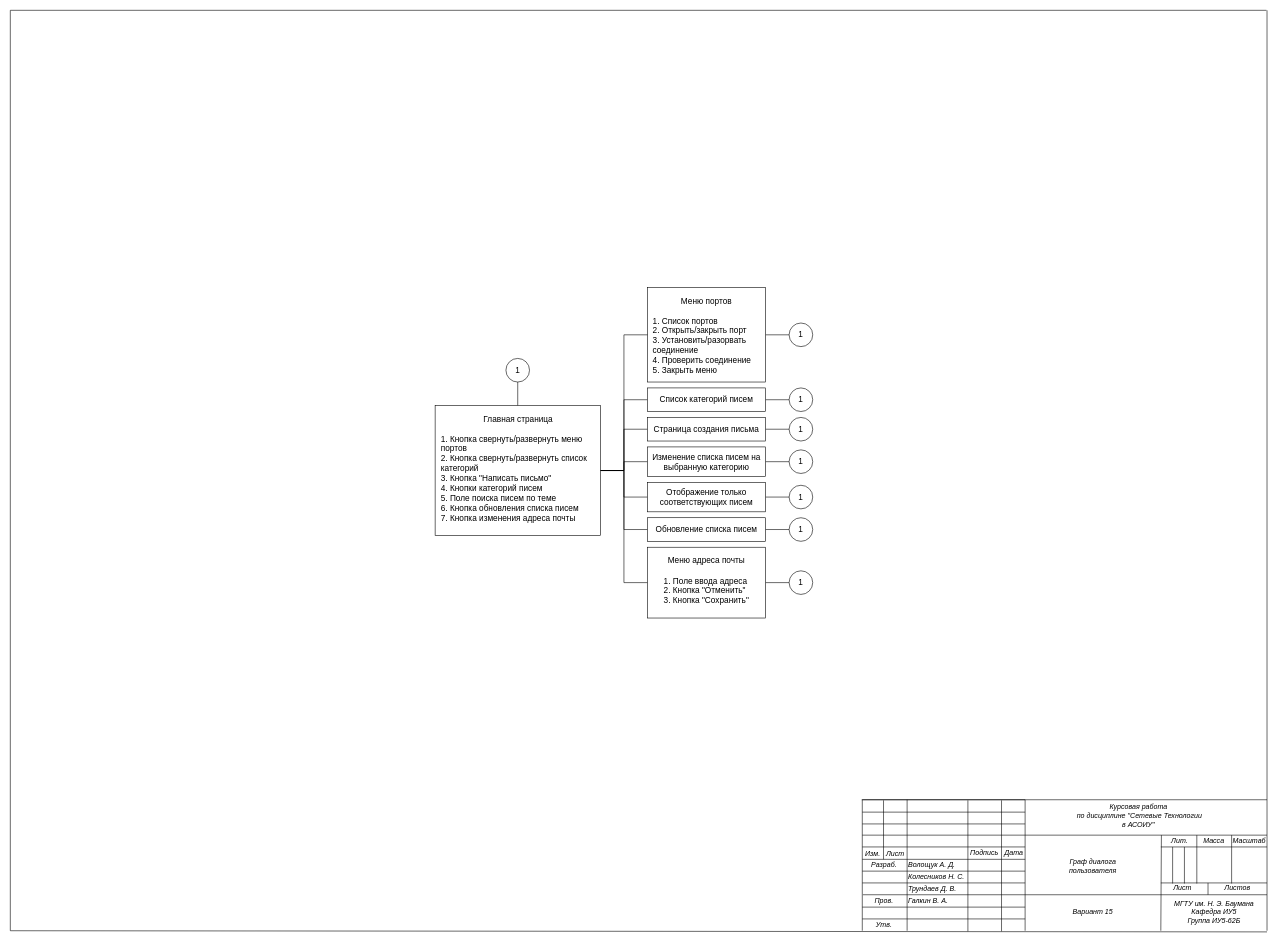
Before: docs/user-dialog.drawio in DeveloperMan313/networks-coursework-backend, a draw.io diagram. Source tidied: cells renumbered, new cells numbered last; positions are measured from the earlier drawing's top-left corner, leaving out a move shared by most shapes. Both pictures are drawn from the tidied source at 59%, with x=0, y=0 at pixel (10, 10).
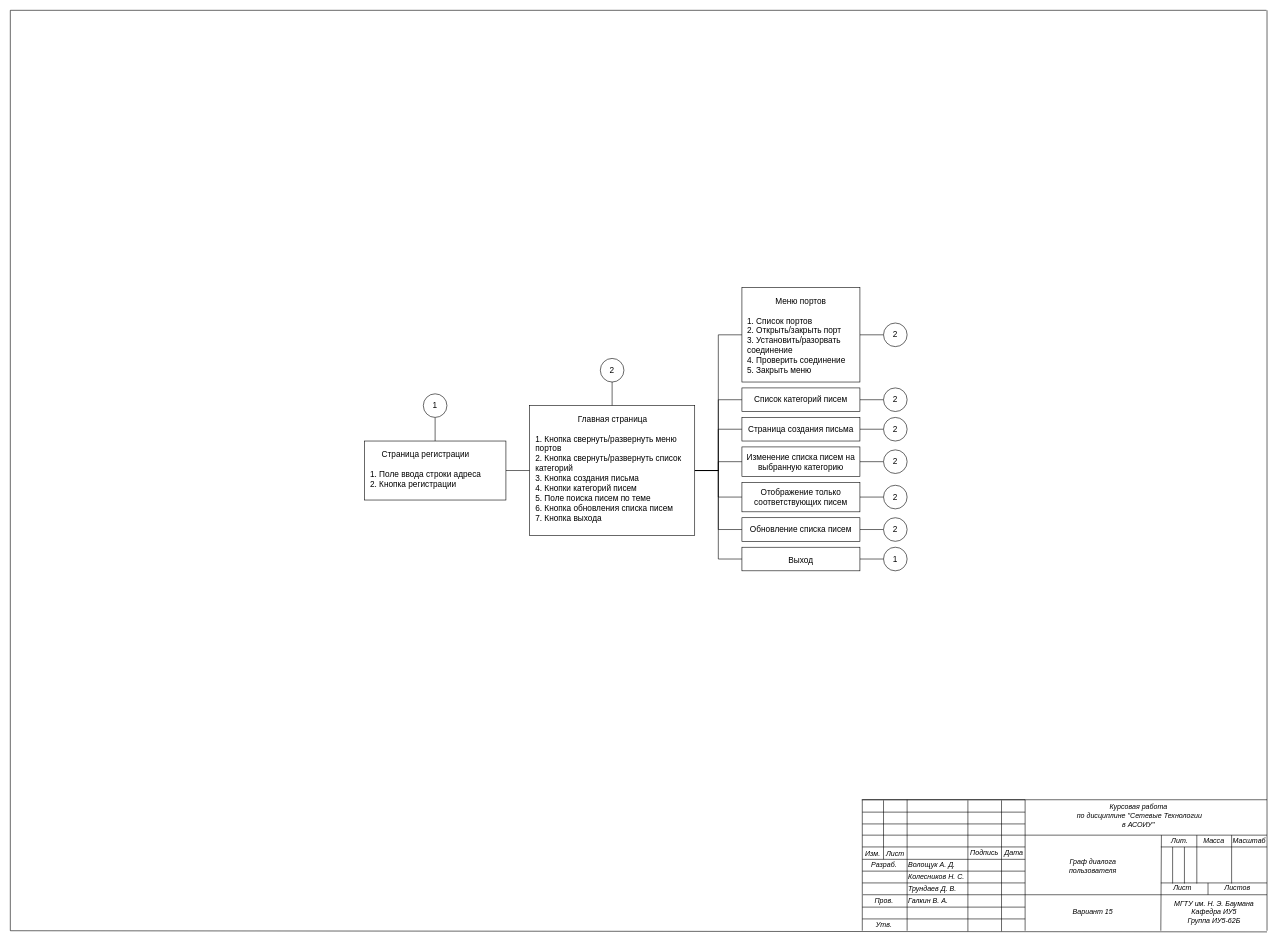
The same page after the edit.

Commit message:
Add register page to user dialog diagram

Diff of the diagram source:
```diff
@@
-    <mxCell id="52" style="group;fontSize=14;" parent="1" vertex="1">
-      <mxGeometry x="720" y="470" width="640" height="560" as="geometry" />
-    </mxCell>
+    <mxCell id="84" style="group;" parent="1" vertex="1">
+      <mxGeometry x="600" y="470" width="920" height="480" as="geometry" />
+    </mxCell>
-    <mxCell id="53" style="edgeStyle=orthogonalEdgeStyle;rounded=0;jettySize=auto;html=1;entryX=0.5;entryY=0;entryDx=0;entryDy=0;endArrow=none;endFill=0;fontSize=14;" parent="52" edge="1" source="54" target="64">
+    <mxCell id="53" style="edgeStyle=orthogonalEdgeStyle;rounded=0;jettySize=auto;html=1;entryX=0.5;entryY=0;entryDx=0;entryDy=0;endArrow=none;endFill=0;fontSize=14;" parent="84" edge="1" source="54" target="64">
       <mxGeometry relative="1" as="geometry" />
     </mxCell>
-    <mxCell id="54" value="1" style="ellipse;whiteSpace=wrap;html=1;fontSize=14;" parent="52" vertex="1">
-      <mxGeometry x="120" y="120" width="40" height="40" as="geometry" />
+    <mxCell id="54" value="2" style="ellipse;whiteSpace=wrap;html=1;fontSize=14;" parent="84" vertex="1">
+      <mxGeometry x="400" y="120" width="40" height="40" as="geometry" />
     </mxCell>
-    <mxCell id="55" style="edgeStyle=orthogonalEdgeStyle;rounded=0;jettySize=auto;html=1;entryX=0;entryY=0.5;entryDx=0;entryDy=0;endArrow=none;endFill=0;fontSize=14;" parent="52" edge="1" source="56" target="77">
+    <mxCell id="55" style="edgeStyle=orthogonalEdgeStyle;rounded=0;jettySize=auto;html=1;entryX=0;entryY=0.5;entryDx=0;entryDy=0;endArrow=none;endFill=0;fontSize=14;" parent="84" edge="1" source="56" target="77">
       <mxGeometry relative="1" as="geometry" />
     </mxCell>
-    <mxCell id="56" value="&lt;div&gt;Меню портов&lt;/div&gt;&lt;div&gt;&lt;br&gt;&lt;/div&gt;&lt;div style=&quot;text-align: left;&quot;&gt;&lt;span style=&quot;background-color: transparent; color: light-dark(rgb(0, 0, 0), rgb(255, 255, 255));&quot;&gt;1. Список портов&lt;/span&gt;&lt;/div&gt;&lt;div style=&quot;text-align: left;&quot;&gt;2. Открыть/закрыть порт&lt;/div&gt;&lt;div style=&quot;text-align: left;&quot;&gt;3. Установить/разорвать соединение&lt;/div&gt;&lt;div style=&quot;text-align: left;&quot;&gt;4. Проверить соединение&lt;/div&gt;&lt;div style=&quot;text-align: left;&quot;&gt;5. Закрыть меню&lt;/div&gt;" style="rounded=0;whiteSpace=wrap;html=1;fontSize=14;align=center;verticalAlign=top;spacingLeft=0;spacingTop=0;spacing=10;" parent="52" vertex="1">
-      <mxGeometry x="360" width="200" height="160" as="geometry" />
+    <mxCell id="56" value="&lt;div&gt;Меню портов&lt;/div&gt;&lt;div&gt;&lt;br&gt;&lt;/div&gt;&lt;div style=&quot;text-align: left;&quot;&gt;&lt;span style=&quot;background-color: transparent; color: light-dark(rgb(0, 0, 0), rgb(255, 255, 255));&quot;&gt;1. Список портов&lt;/span&gt;&lt;/div&gt;&lt;div style=&quot;text-align: left;&quot;&gt;2. Открыть/закрыть порт&lt;/div&gt;&lt;div style=&quot;text-align: left;&quot;&gt;3. Установить/разорвать соединение&lt;/div&gt;&lt;div style=&quot;text-align: left;&quot;&gt;4. Проверить соединение&lt;/div&gt;&lt;div style=&quot;text-align: left;&quot;&gt;5. Закрыть меню&lt;/div&gt;" style="rounded=0;whiteSpace=wrap;html=1;fontSize=14;align=center;verticalAlign=top;spacingLeft=0;spacingTop=0;spacing=10;" parent="84" vertex="1">
+      <mxGeometry x="640" width="200" height="160" as="geometry" />
     </mxCell>
-    <mxCell id="57" style="edgeStyle=orthogonalEdgeStyle;shape=connector;rounded=0;jettySize=auto;html=1;entryX=0;entryY=0.5;entryDx=0;entryDy=0;strokeColor=default;align=center;verticalAlign=middle;fontFamily=Helvetica;fontSize=14;fontColor=default;labelBackgroundColor=default;endArrow=none;endFill=0;" parent="52" edge="1" source="64" target="56">
+    <mxCell id="57" style="edgeStyle=orthogonalEdgeStyle;shape=connector;rounded=0;jettySize=auto;html=1;entryX=0;entryY=0.5;entryDx=0;entryDy=0;strokeColor=default;align=center;verticalAlign=middle;fontFamily=Helvetica;fontSize=14;fontColor=default;labelBackgroundColor=default;endArrow=none;endFill=0;" parent="84" edge="1" source="64" target="56">
       <mxGeometry relative="1" as="geometry" />
     </mxCell>
-    <mxCell id="58" style="edgeStyle=orthogonalEdgeStyle;shape=connector;rounded=0;jettySize=auto;html=1;entryX=0;entryY=0.5;entryDx=0;entryDy=0;strokeColor=default;align=center;verticalAlign=middle;fontFamily=Helvetica;fontSize=14;fontColor=default;labelBackgroundColor=default;endArrow=none;endFill=0;" parent="52" edge="1" source="64" target="66">
+    <mxCell id="58" style="edgeStyle=orthogonalEdgeStyle;shape=connector;rounded=0;jettySize=auto;html=1;entryX=0;entryY=0.5;entryDx=0;entryDy=0;strokeColor=default;align=center;verticalAlign=middle;fontFamily=Helvetica;fontSize=14;fontColor=default;labelBackgroundColor=default;endArrow=none;endFill=0;" parent="84" edge="1" source="64" target="66">
       <mxGeometry relative="1" as="geometry" />
     </mxCell>
-    <mxCell id="59" style="edgeStyle=orthogonalEdgeStyle;shape=connector;rounded=0;jettySize=auto;html=1;entryX=0;entryY=0.5;entryDx=0;entryDy=0;strokeColor=default;align=center;verticalAlign=middle;fontFamily=Helvetica;fontSize=14;fontColor=default;labelBackgroundColor=default;endArrow=none;endFill=0;" parent="52" edge="1" source="64" target="70">
+    <mxCell id="59" style="edgeStyle=orthogonalEdgeStyle;shape=connector;rounded=0;jettySize=auto;html=1;entryX=0;entryY=0.5;entryDx=0;entryDy=0;strokeColor=default;align=center;verticalAlign=middle;fontFamily=Helvetica;fontSize=14;fontColor=default;labelBackgroundColor=default;endArrow=none;endFill=0;" parent="84" edge="1" source="64" target="70">
       <mxGeometry relative="1" as="geometry" />
     </mxCell>
-    <mxCell id="60" style="edgeStyle=orthogonalEdgeStyle;shape=connector;rounded=0;jettySize=auto;html=1;entryX=0;entryY=0.5;entryDx=0;entryDy=0;strokeColor=default;align=center;verticalAlign=middle;fontFamily=Helvetica;fontSize=14;fontColor=default;labelBackgroundColor=default;endArrow=none;endFill=0;" parent="52" edge="1" source="64" target="72">
+    <mxCell id="60" style="edgeStyle=orthogonalEdgeStyle;shape=connector;rounded=0;jettySize=auto;html=1;entryX=0;entryY=0.5;entryDx=0;entryDy=0;strokeColor=default;align=center;verticalAlign=middle;fontFamily=Helvetica;fontSize=14;fontColor=default;labelBackgroundColor=default;endArrow=none;endFill=0;" parent="84" edge="1" source="64" target="72">
       <mxGeometry relative="1" as="geometry" />
     </mxCell>
-    <mxCell id="61" style="edgeStyle=orthogonalEdgeStyle;shape=connector;rounded=0;jettySize=auto;html=1;entryX=0;entryY=0.5;entryDx=0;entryDy=0;strokeColor=default;align=center;verticalAlign=middle;fontFamily=Helvetica;fontSize=14;fontColor=default;labelBackgroundColor=default;endArrow=none;endFill=0;" parent="52" edge="1" source="64" target="74">
+    <mxCell id="61" style="edgeStyle=orthogonalEdgeStyle;shape=connector;rounded=0;jettySize=auto;html=1;entryX=0;entryY=0.5;entryDx=0;entryDy=0;strokeColor=default;align=center;verticalAlign=middle;fontFamily=Helvetica;fontSize=14;fontColor=default;labelBackgroundColor=default;endArrow=none;endFill=0;" parent="84" edge="1" source="64" target="74">
       <mxGeometry relative="1" as="geometry" />
     </mxCell>
-    <mxCell id="62" style="edgeStyle=orthogonalEdgeStyle;shape=connector;rounded=0;jettySize=auto;html=1;entryX=0;entryY=0.5;entryDx=0;entryDy=0;strokeColor=default;align=center;verticalAlign=middle;fontFamily=Helvetica;fontSize=14;fontColor=default;labelBackgroundColor=default;endArrow=none;endFill=0;" parent="52" edge="1" source="64" target="76">
+    <mxCell id="62" style="edgeStyle=orthogonalEdgeStyle;shape=connector;rounded=0;jettySize=auto;html=1;entryX=0;entryY=0.5;entryDx=0;entryDy=0;strokeColor=default;align=center;verticalAlign=middle;fontFamily=Helvetica;fontSize=14;fontColor=default;labelBackgroundColor=default;endArrow=none;endFill=0;" parent="84" edge="1" source="64" target="76">
       <mxGeometry relative="1" as="geometry" />
     </mxCell>
-    <mxCell id="63" style="edgeStyle=orthogonalEdgeStyle;shape=connector;rounded=0;jettySize=auto;html=1;entryX=0;entryY=0.5;entryDx=0;entryDy=0;strokeColor=default;align=center;verticalAlign=middle;fontFamily=Helvetica;fontSize=14;fontColor=default;labelBackgroundColor=default;endArrow=none;endFill=0;" parent="52" edge="1" source="64" target="68">
+    <mxCell id="63" style="edgeStyle=orthogonalEdgeStyle;shape=connector;rounded=0;jettySize=auto;html=1;entryX=0;entryY=0.5;entryDx=0;entryDy=0;strokeColor=default;align=center;verticalAlign=middle;fontFamily=Helvetica;fontSize=14;fontColor=default;labelBackgroundColor=default;endArrow=none;endFill=0;" parent="84" edge="1" source="64" target="68">
       <mxGeometry relative="1" as="geometry" />
     </mxCell>
-    <mxCell id="64" value="&lt;div style=&quot;text-align: center;&quot;&gt;Главная страница&lt;/div&gt;&lt;div&gt;&lt;br&gt;&lt;/div&gt;&lt;div&gt;1. Кнопка свернуть/развернуть меню портов&lt;/div&gt;2. Кнопка свернуть/развернуть список категорий&lt;div&gt;3. Кнопка &quot;Написать письмо&quot;&lt;/div&gt;&lt;div&gt;4. Кнопки категорий писем&lt;/div&gt;&lt;div&gt;5. Поле поиска писем по теме&lt;/div&gt;&lt;div&gt;6. Кнопка обновления списка писем&lt;/div&gt;&lt;div&gt;7. Кнопка изменения адреса почты&lt;/div&gt;" style="rounded=0;whiteSpace=wrap;html=1;fontSize=14;align=left;verticalAlign=top;spacingLeft=0;spacingTop=0;spacing=10;" parent="52" vertex="1">
-      <mxGeometry y="200" width="280" height="220" as="geometry" />
+    <mxCell id="64" value="&lt;div style=&quot;text-align: center;&quot;&gt;Главная страница&lt;/div&gt;&lt;div&gt;&lt;br&gt;&lt;/div&gt;&lt;div&gt;1. Кнопка свернуть/развернуть меню портов&lt;/div&gt;2. Кнопка свернуть/развернуть список категорий&lt;div&gt;3. Кнопка создания письма&lt;/div&gt;&lt;div&gt;4. Кнопки категорий писем&lt;/div&gt;&lt;div&gt;5. Поле поиска писем по теме&lt;/div&gt;&lt;div&gt;6. Кнопка обновления списка писем&lt;/div&gt;&lt;div&gt;7. Кнопка выхода&lt;/div&gt;" style="rounded=0;whiteSpace=wrap;html=1;fontSize=14;align=left;verticalAlign=top;spacingLeft=0;spacingTop=0;spacing=10;" parent="84" vertex="1">
+      <mxGeometry x="280" y="200" width="280" height="220" as="geometry" />
     </mxCell>
-    <mxCell id="65" style="edgeStyle=orthogonalEdgeStyle;shape=connector;rounded=0;jettySize=auto;html=1;entryX=0;entryY=0.5;entryDx=0;entryDy=0;strokeColor=default;align=center;verticalAlign=middle;fontFamily=Helvetica;fontSize=14;fontColor=default;labelBackgroundColor=default;endArrow=none;endFill=0;" parent="52" edge="1" source="66" target="78">
+    <mxCell id="65" style="edgeStyle=orthogonalEdgeStyle;shape=connector;rounded=0;jettySize=auto;html=1;entryX=0;entryY=0.5;entryDx=0;entryDy=0;strokeColor=default;align=center;verticalAlign=middle;fontFamily=Helvetica;fontSize=14;fontColor=default;labelBackgroundColor=default;endArrow=none;endFill=0;" parent="84" edge="1" source="66" target="78">
       <mxGeometry relative="1" as="geometry" />
     </mxCell>
-    <mxCell id="66" value="Список категорий писем" style="rounded=0;whiteSpace=wrap;html=1;fontSize=14;" parent="52" vertex="1">
-      <mxGeometry x="360" y="170" width="200" height="40" as="geometry" />
+    <mxCell id="66" value="Список категорий писем" style="rounded=0;whiteSpace=wrap;html=1;fontSize=14;" parent="84" vertex="1">
+      <mxGeometry x="640" y="170" width="200" height="40" as="geometry" />
     </mxCell>
-    <mxCell id="67" style="edgeStyle=orthogonalEdgeStyle;shape=connector;rounded=0;jettySize=auto;html=1;entryX=0;entryY=0.5;entryDx=0;entryDy=0;strokeColor=default;align=center;verticalAlign=middle;fontFamily=Helvetica;fontSize=14;fontColor=default;labelBackgroundColor=default;endArrow=none;endFill=0;" parent="52" edge="1" source="68" target="83">
+    <mxCell id="67" style="edgeStyle=orthogonalEdgeStyle;shape=connector;rounded=0;jettySize=auto;html=1;entryX=0;entryY=0.5;entryDx=0;entryDy=0;strokeColor=default;align=center;verticalAlign=middle;fontFamily=Helvetica;fontSize=14;fontColor=default;labelBackgroundColor=default;endArrow=none;endFill=0;" parent="84" edge="1" source="68" target="83">
       <mxGeometry relative="1" as="geometry" />
     </mxCell>
-    <mxCell id="68" value="&lt;div&gt;Меню адреса почты&lt;/div&gt;&lt;div&gt;&lt;br&gt;&lt;/div&gt;&lt;div style=&quot;text-align: left;&quot;&gt;1. Поле ввода адреса&lt;/div&gt;&lt;div style=&quot;text-align: left;&quot;&gt;2. Кнопка &quot;Отменить&quot;&lt;/div&gt;&lt;div style=&quot;text-align: left;&quot;&gt;3. Кнопка &quot;Сохранить&quot;&lt;/div&gt;" style="rounded=0;whiteSpace=wrap;html=1;fontSize=14;align=center;verticalAlign=top;spacing=10;" parent="52" vertex="1">
-      <mxGeometry x="360" y="440" width="200" height="120" as="geometry" />
+    <mxCell id="68" value="&lt;div&gt;Выход&lt;/div&gt;" style="rounded=0;whiteSpace=wrap;html=1;fontSize=14;align=center;verticalAlign=top;spacing=10;" parent="84" vertex="1">
+      <mxGeometry x="640" y="440" width="200" height="40" as="geometry" />
     </mxCell>
-    <mxCell id="69" style="edgeStyle=orthogonalEdgeStyle;shape=connector;rounded=0;jettySize=auto;html=1;entryX=0;entryY=0.5;entryDx=0;entryDy=0;strokeColor=default;align=center;verticalAlign=middle;fontFamily=Helvetica;fontSize=14;fontColor=default;labelBackgroundColor=default;endArrow=none;endFill=0;" parent="52" edge="1" source="70" target="79">
+    <mxCell id="69" style="edgeStyle=orthogonalEdgeStyle;shape=connector;rounded=0;jettySize=auto;html=1;entryX=0;entryY=0.5;entryDx=0;entryDy=0;strokeColor=default;align=center;verticalAlign=middle;fontFamily=Helvetica;fontSize=14;fontColor=default;labelBackgroundColor=default;endArrow=none;endFill=0;" parent="84" edge="1" source="70" target="79">
       <mxGeometry relative="1" as="geometry" />
     </mxCell>
-    <mxCell id="70" value="Страница создания письма" style="rounded=0;whiteSpace=wrap;html=1;fontSize=14;" parent="52" vertex="1">
-      <mxGeometry x="360" y="220" width="200" height="40" as="geometry" />
+    <mxCell id="70" value="Страница создания письма" style="rounded=0;whiteSpace=wrap;html=1;fontSize=14;" parent="84" vertex="1">
+      <mxGeometry x="640" y="220" width="200" height="40" as="geometry" />
     </mxCell>
-    <mxCell id="71" style="edgeStyle=orthogonalEdgeStyle;shape=connector;rounded=0;jettySize=auto;html=1;entryX=0;entryY=0.5;entryDx=0;entryDy=0;strokeColor=default;align=center;verticalAlign=middle;fontFamily=Helvetica;fontSize=14;fontColor=default;labelBackgroundColor=default;endArrow=none;endFill=0;" parent="52" edge="1" source="72" target="80">
+    <mxCell id="71" style="edgeStyle=orthogonalEdgeStyle;shape=connector;rounded=0;jettySize=auto;html=1;entryX=0;entryY=0.5;entryDx=0;entryDy=0;strokeColor=default;align=center;verticalAlign=middle;fontFamily=Helvetica;fontSize=14;fontColor=default;labelBackgroundColor=default;endArrow=none;endFill=0;" parent="84" edge="1" source="72" target="80">
       <mxGeometry relative="1" as="geometry" />
     </mxCell>
-    <mxCell id="72" value="Изменение списка писем на выбранную категорию" style="rounded=0;whiteSpace=wrap;html=1;fontSize=14;" parent="52" vertex="1">
-      <mxGeometry x="360" y="270" width="200" height="50" as="geometry" />
+    <mxCell id="72" value="Изменение списка писем на выбранную категорию" style="rounded=0;whiteSpace=wrap;html=1;fontSize=14;" parent="84" vertex="1">
+      <mxGeometry x="640" y="270" width="200" height="50" as="geometry" />
     </mxCell>
-    <mxCell id="73" style="edgeStyle=orthogonalEdgeStyle;shape=connector;rounded=0;jettySize=auto;html=1;entryX=0;entryY=0.5;entryDx=0;entryDy=0;strokeColor=default;align=center;verticalAlign=middle;fontFamily=Helvetica;fontSize=14;fontColor=default;labelBackgroundColor=default;endArrow=none;endFill=0;" parent="52" edge="1" source="74" target="81">
+    <mxCell id="73" style="edgeStyle=orthogonalEdgeStyle;shape=connector;rounded=0;jettySize=auto;html=1;entryX=0;entryY=0.5;entryDx=0;entryDy=0;strokeColor=default;align=center;verticalAlign=middle;fontFamily=Helvetica;fontSize=14;fontColor=default;labelBackgroundColor=default;endArrow=none;endFill=0;" parent="84" edge="1" source="74" target="81">
       <mxGeometry relative="1" as="geometry" />
     </mxCell>
-    <mxCell id="74" value="Отображение только соответствующих писем" style="rounded=0;whiteSpace=wrap;html=1;fontSize=14;" parent="52" vertex="1">
-      <mxGeometry x="360" y="330" width="200" height="50" as="geometry" />
+    <mxCell id="74" value="Отображение только соответствующих писем" style="rounded=0;whiteSpace=wrap;html=1;fontSize=14;" parent="84" vertex="1">
+      <mxGeometry x="640" y="330" width="200" height="50" as="geometry" />
     </mxCell>
-    <mxCell id="75" style="edgeStyle=orthogonalEdgeStyle;shape=connector;rounded=0;jettySize=auto;html=1;entryX=0;entryY=0.5;entryDx=0;entryDy=0;strokeColor=default;align=center;verticalAlign=middle;fontFamily=Helvetica;fontSize=14;fontColor=default;labelBackgroundColor=default;endArrow=none;endFill=0;" parent="52" edge="1" source="76" target="82">
+    <mxCell id="75" style="edgeStyle=orthogonalEdgeStyle;shape=connector;rounded=0;jettySize=auto;html=1;entryX=0;entryY=0.5;entryDx=0;entryDy=0;strokeColor=default;align=center;verticalAlign=middle;fontFamily=Helvetica;fontSize=14;fontColor=default;labelBackgroundColor=default;endArrow=none;endFill=0;" parent="84" edge="1" source="76" target="82">
       <mxGeometry relative="1" as="geometry" />
     </mxCell>
-    <mxCell id="76" value="Обновление списка писем" style="rounded=0;whiteSpace=wrap;html=1;fontSize=14;" parent="52" vertex="1">
-      <mxGeometry x="360" y="390" width="200" height="40" as="geometry" />
+    <mxCell id="76" value="Обновление списка писем" style="rounded=0;whiteSpace=wrap;html=1;fontSize=14;" parent="84" vertex="1">
+      <mxGeometry x="640" y="390" width="200" height="40" as="geometry" />
     </mxCell>
-    <mxCell id="77" value="1" style="ellipse;whiteSpace=wrap;html=1;fontSize=14;" parent="52" vertex="1">
-      <mxGeometry x="600" y="60" width="40" height="40" as="geometry" />
+    <mxCell id="77" value="2" style="ellipse;whiteSpace=wrap;html=1;fontSize=14;" parent="84" vertex="1">
+      <mxGeometry x="880" y="60" width="40" height="40" as="geometry" />
     </mxCell>
-    <mxCell id="78" value="1" style="ellipse;whiteSpace=wrap;html=1;fontSize=14;" parent="52" vertex="1">
-      <mxGeometry x="600" y="170" width="40" height="40" as="geometry" />
+    <mxCell id="78" value="2" style="ellipse;whiteSpace=wrap;html=1;fontSize=14;" parent="84" vertex="1">
+      <mxGeometry x="880" y="170" width="40" height="40" as="geometry" />
     </mxCell>
-    <mxCell id="79" value="1" style="ellipse;whiteSpace=wrap;html=1;fontSize=14;" parent="52" vertex="1">
-      <mxGeometry x="600" y="220" width="40" height="40" as="geometry" />
+    <mxCell id="79" value="2" style="ellipse;whiteSpace=wrap;html=1;fontSize=14;" parent="84" vertex="1">
+      <mxGeometry x="880" y="220" width="40" height="40" as="geometry" />
     </mxCell>
-    <mxCell id="80" value="1" style="ellipse;whiteSpace=wrap;html=1;fontSize=14;" parent="52" vertex="1">
-      <mxGeometry x="600" y="275" width="40" height="40" as="geometry" />
+    <mxCell id="80" value="2" style="ellipse;whiteSpace=wrap;html=1;fontSize=14;" parent="84" vertex="1">
+      <mxGeometry x="880" y="275" width="40" height="40" as="geometry" />
     </mxCell>
-    <mxCell id="81" value="1" style="ellipse;whiteSpace=wrap;html=1;fontSize=14;" parent="52" vertex="1">
-      <mxGeometry x="600" y="335" width="40" height="40" as="geometry" />
+    <mxCell id="81" value="2" style="ellipse;whiteSpace=wrap;html=1;fontSize=14;" parent="84" vertex="1">
+      <mxGeometry x="880" y="335" width="40" height="40" as="geometry" />
     </mxCell>
-    <mxCell id="82" value="1" style="ellipse;whiteSpace=wrap;html=1;fontSize=14;" parent="52" vertex="1">
-      <mxGeometry x="600" y="390" width="40" height="40" as="geometry" />
+    <mxCell id="82" value="2" style="ellipse;whiteSpace=wrap;html=1;fontSize=14;" parent="84" vertex="1">
+      <mxGeometry x="880" y="390" width="40" height="40" as="geometry" />
     </mxCell>
-    <mxCell id="83" value="1" style="ellipse;whiteSpace=wrap;html=1;fontSize=14;" parent="52" vertex="1">
-      <mxGeometry x="600" y="480" width="40" height="40" as="geometry" />
+    <mxCell id="83" value="1" style="ellipse;whiteSpace=wrap;html=1;fontSize=14;" parent="84" vertex="1">
+      <mxGeometry x="880" y="440" width="40" height="40" as="geometry" />
     </mxCell>
+    <mxCell id="85" style="edgeStyle=orthogonalEdgeStyle;rounded=0;jettySize=auto;html=1;entryX=0;entryY=0.5;entryDx=0;entryDy=0;endArrow=none;endFill=0;" parent="84" edge="1" source="86" target="64">
+      <mxGeometry relative="1" as="geometry" />
+    </mxCell>
+    <mxCell id="86" value="&lt;div style=&quot;text-align: center;&quot;&gt;Страница регистрации&lt;/div&gt;&lt;div&gt;&lt;br&gt;&lt;/div&gt;&lt;div&gt;1. Поле ввода строки адреса&lt;br&gt;&lt;/div&gt;&lt;div&gt;2. Кнопка регистрации&lt;/div&gt;" style="rounded=0;whiteSpace=wrap;html=1;fontSize=14;align=left;verticalAlign=top;spacingLeft=0;spacingTop=0;spacing=10;" parent="84" vertex="1">
+      <mxGeometry y="260" width="240" height="100" as="geometry" />
+    </mxCell>
+    <mxCell id="87" style="edgeStyle=orthogonalEdgeStyle;rounded=0;jettySize=auto;html=1;entryX=0.5;entryY=0;entryDx=0;entryDy=0;endArrow=none;endFill=0;" parent="84" edge="1" source="88" target="86">
+      <mxGeometry relative="1" as="geometry" />
+    </mxCell>
+    <mxCell id="88" value="1" style="ellipse;whiteSpace=wrap;html=1;fontSize=14;" parent="84" vertex="1">
+      <mxGeometry x="100" y="180" width="40" height="40" as="geometry" />
+    </mxCell>
```
